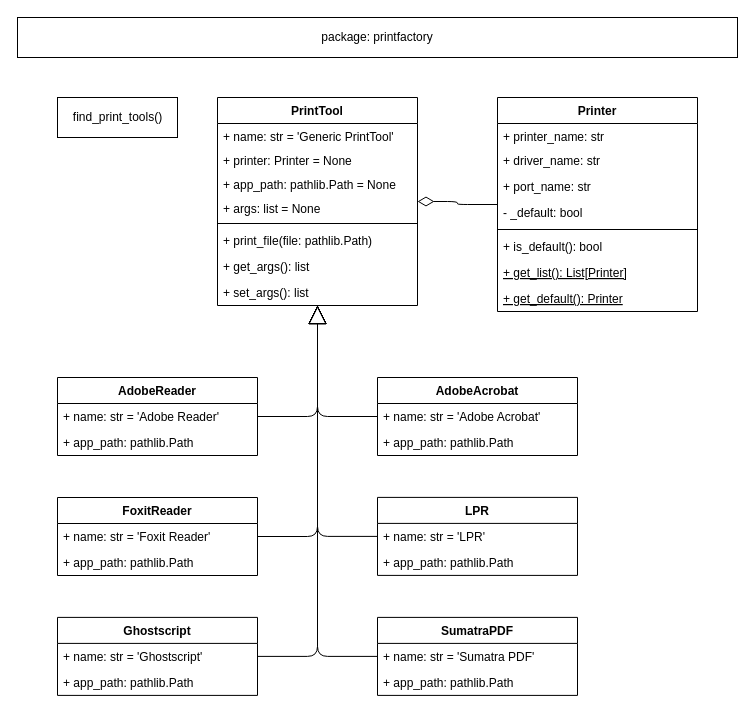
Before: doc/printfactory.drawio in dl6nm/printfactory, a draw.io diagram. Source tidied: cells renumbered, new cells numbered last; positions are measured from the earlier drawing's top-left corner, leaving out a move shared by most shapes. Both pictures are drawn from the tidied source at 100%, with x=0, y=0 at pixel (17, 17).
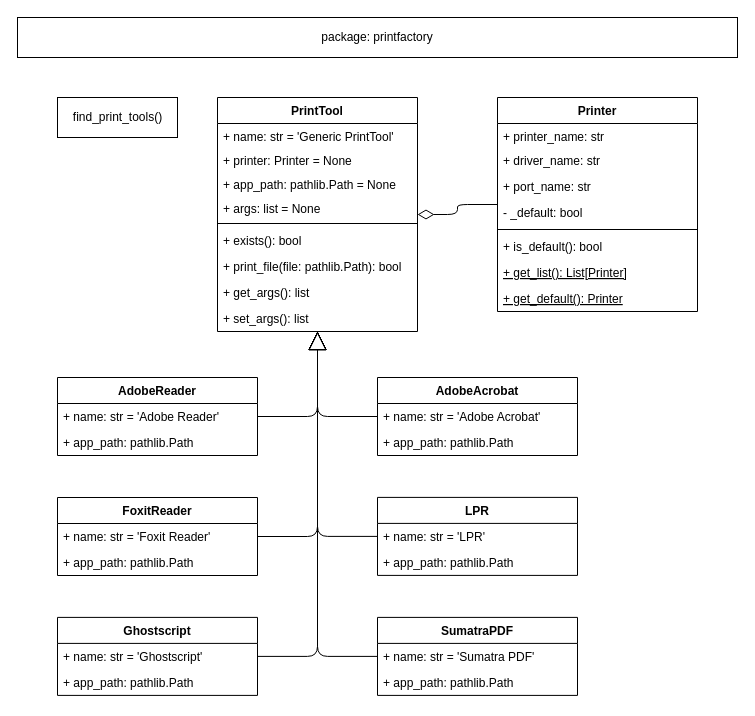
After the change.

Commit message:
docs: add method exists() to PrintTool

Change to the diagram source:
```diff
@@
     <mxCell id="12" value="PrintTool" style="swimlane;fontStyle=1;align=center;verticalAlign=top;horizontal=1;startSize=26;swimlaneLine=1;rounded=0;shadow=0;sketch=0;glass=0;swimlaneFillColor=none;" parent="1" vertex="1">
-      <mxGeometry x="200" y="80" width="200" height="208" as="geometry" />
+      <mxGeometry x="200" y="80" width="200" height="234" as="geometry" />
     </mxCell>
@@
+    <mxCell id="47" value="+ exists(): bool" style="text;strokeColor=none;fillColor=none;align=left;verticalAlign=top;spacingLeft=4;spacingRight=4;overflow=hidden;" parent="12" vertex="1">
+      <mxGeometry y="130" width="200" height="26" as="geometry" />
+    </mxCell>
-    <mxCell id="18" value="+ print_file(file: pathlib.Path)" style="text;strokeColor=none;fillColor=none;align=left;verticalAlign=top;spacingLeft=4;spacingRight=4;overflow=hidden;" parent="12" vertex="1">
-      <mxGeometry y="130" width="200" height="26" as="geometry" />
+    <mxCell id="18" value="+ print_file(file: pathlib.Path): bool" style="text;strokeColor=none;fillColor=none;align=left;verticalAlign=top;spacingLeft=4;spacingRight=4;overflow=hidden;" parent="12" vertex="1">
+      <mxGeometry y="156" width="200" height="26" as="geometry" />
     </mxCell>
     <mxCell id="19" value="+ get_args(): list" style="text;strokeColor=none;fillColor=none;align=left;verticalAlign=top;spacingLeft=4;spacingRight=4;overflow=hidden;" parent="12" vertex="1">
-      <mxGeometry y="156" width="200" height="26" as="geometry" />
+      <mxGeometry y="182" width="200" height="26" as="geometry" />
     </mxCell>
     <mxCell id="20" value="+ set_args(): list" style="text;strokeColor=none;fillColor=none;align=left;verticalAlign=top;spacingLeft=4;spacingRight=4;overflow=hidden;" parent="12" vertex="1">
-      <mxGeometry y="182" width="200" height="26" as="geometry" />
+      <mxGeometry y="208" width="200" height="26" as="geometry" />
     </mxCell>
```
